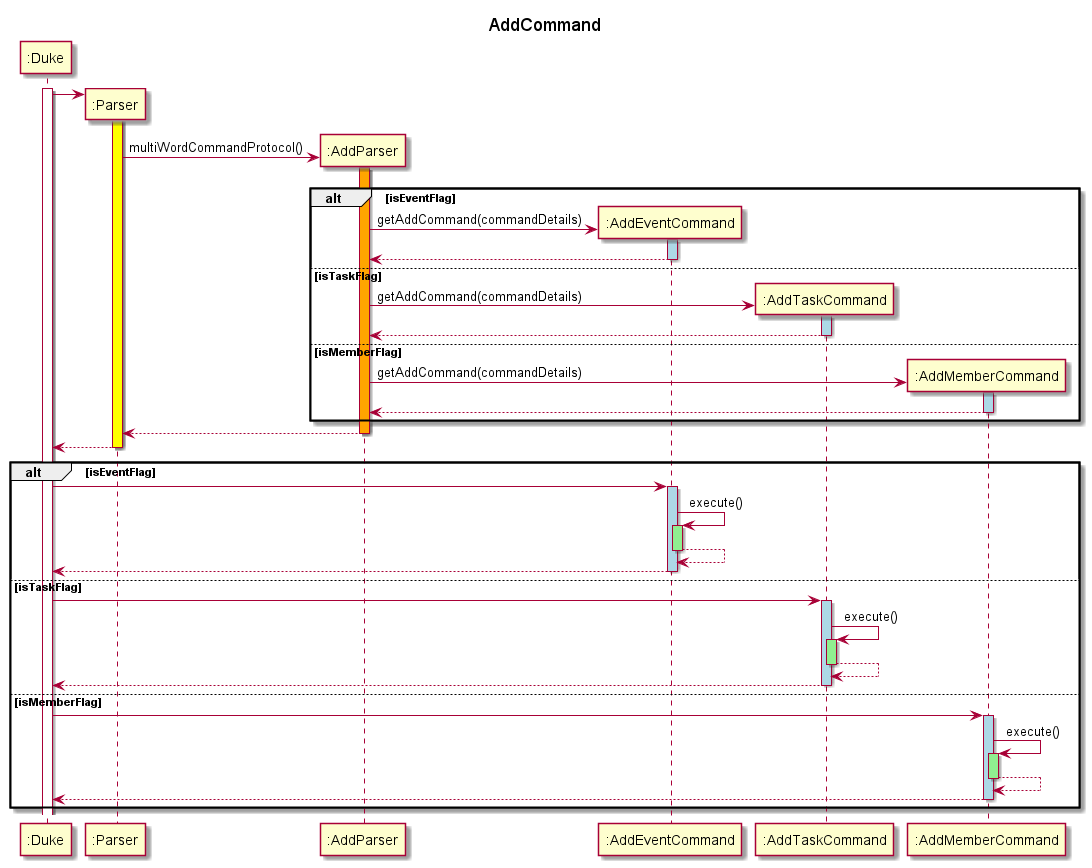
This is docs/images/AddDiagram.png from nus-cs2113-AY2122S1/tp, a PlantUML export, as it was before one commit. Source of this version:
```plantuml
@startuml
title AddCommand

participant ":Duke" as Duke
activate Duke

create ":Parser" as Parser
Duke -> Parser
activate Parser #yellow
create ":AddParser" as AddParser
Parser -> AddParser: multiWordCommandProtocol()
activate AddParser #orange

alt isEventFlag
create ":AddEventCommand" as AddEventCommand
AddParser -> AddEventCommand: getAddCommand(commandDetails)
activate AddEventCommand #lightblue
return

else isTaskFlag
create ":AddTaskCommand" as AddTaskCommand
AddParser -> AddTaskCommand: getAddCommand(commandDetails)
activate AddTaskCommand #lightblue
return

else isMemberFlag
create ":AddMemberCommand" as AddMemberCommand
AddParser -> AddMemberCommand: getAddCommand(commandDetails)
activate AddMemberCommand #lightblue
return
end

return
return

alt isEventFlag
Duke -> AddEventCommand
activate AddEventCommand #lightblue
AddEventCommand -> AddEventCommand: execute()
activate AddEventCommand #lightgreen
return
return

else isTaskFlag
Duke -> AddTaskCommand
activate AddTaskCommand #lightblue
AddTaskCommand -> AddTaskCommand: execute()
activate AddTaskCommand #lightgreen
return
return

else isMemberFlag
Duke -> AddMemberCommand
activate AddMemberCommand #lightblue
AddMemberCommand -> AddMemberCommand: execute()
activate AddMemberCommand #lightgreen
return
return
end

@enduml
```
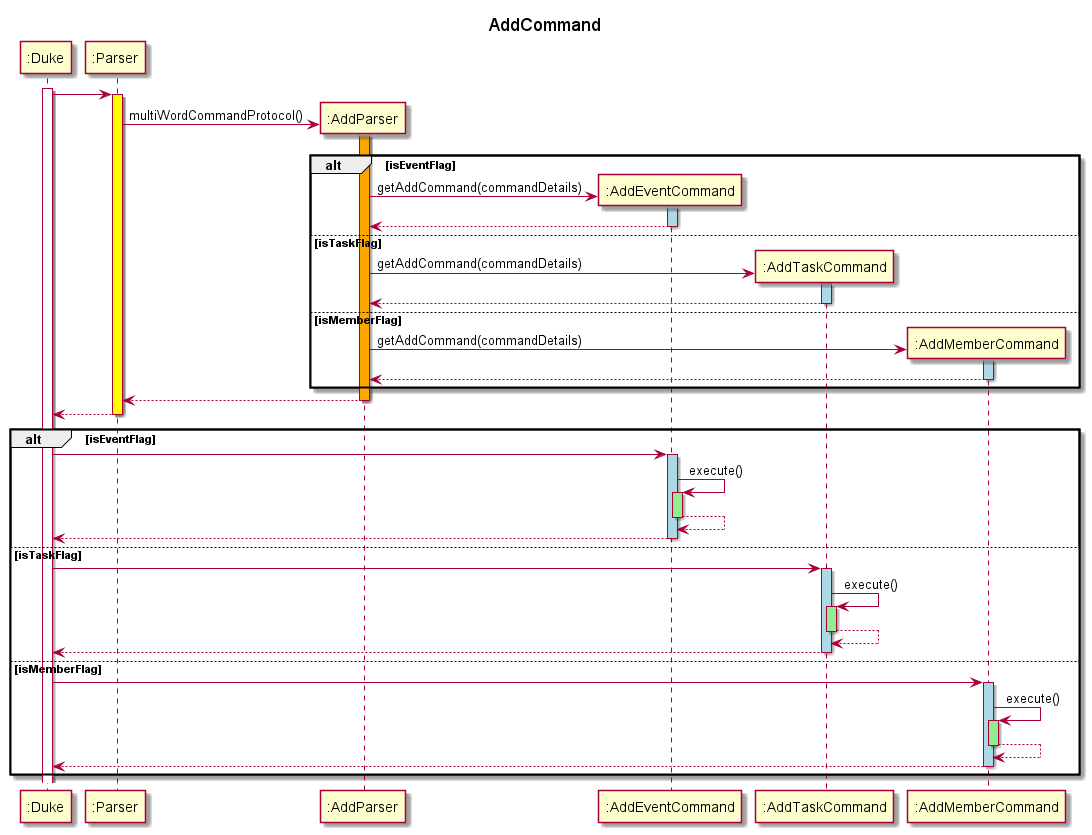
Above is the later version.

Change to the diagram source:
```diff
@@ -4,7 +4,7 @@
 participant ":Duke" as Duke
 activate Duke
 
-create ":Parser" as Parser
+participant ":Parser" as Parser
 Duke -> Parser
 activate Parser #yellow
 create ":AddParser" as AddParser
```
